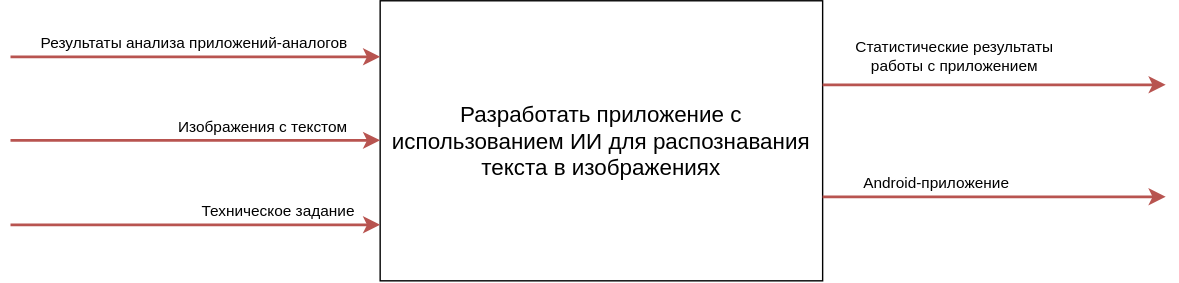
Before: Диаграмма без названия.drawio.svg, a diagram exported from draw.io (pewish/LR2-SARO). Source tidied: cells renumbered, new cells last; positions are measured from the earlier drawing's top-left corner, leaving out a move shared by most shapes.
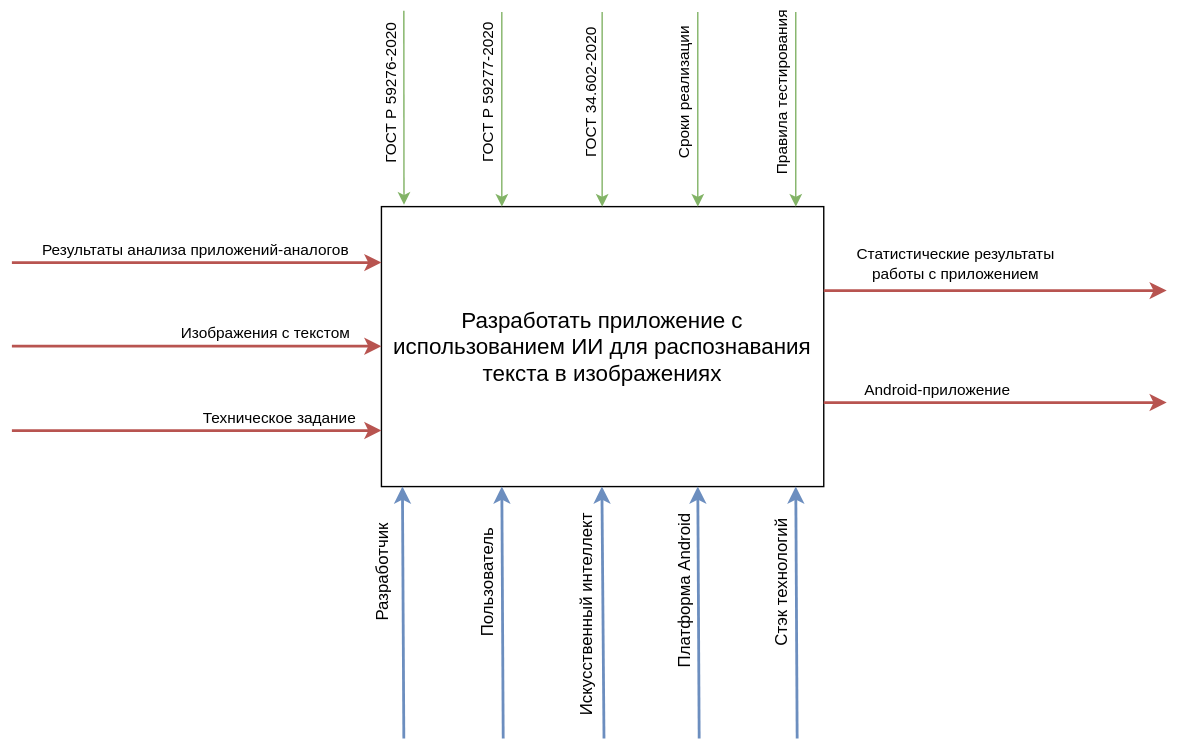
The same file after the commit.

What changed in the source:
```diff
@@ -60,5 +60,102 @@
         <mxPoint x="-90" y="-6" as="offset" />
       </mxGeometry>
     </mxCell>
+    <mxCell id="13" style="endArrow=classic;html=1;rounded=0;fillColor=#dae8fc;strokeColor=#6c8ebf;strokeWidth=2;" parent="1" edge="1">
+      <mxGeometry relative="1" as="geometry">
+        <mxPoint x="280" y="380" as="sourcePoint" />
+        <mxPoint x="279" y="200" as="targetPoint" />
+      </mxGeometry>
+    </mxCell>
+    <mxCell id="14" value="&lt;font style=&quot;font-size: 12px;&quot;&gt;Разработчик&lt;/font&gt;" style="edgeLabel;html=1;align=center;verticalAlign=middle;rotation=270;" parent="13" vertex="1">
+      <mxGeometry x="0.19" y="-1" relative="1" as="geometry">
+        <mxPoint x="-16" y="-11" as="offset" />
+      </mxGeometry>
+    </mxCell>
+    <mxCell id="15" style="endArrow=classic;html=1;rounded=0;fillColor=#dae8fc;strokeColor=#6c8ebf;strokeWidth=2;" parent="1" edge="1">
+      <mxGeometry relative="1" as="geometry">
+        <mxPoint x="351" y="380" as="sourcePoint" />
+        <mxPoint x="350" y="200" as="targetPoint" />
+      </mxGeometry>
+    </mxCell>
+    <mxCell id="16" style="endArrow=classic;html=1;rounded=0;fillColor=#dae8fc;strokeColor=#6c8ebf;strokeWidth=2;" parent="1" edge="1">
+      <mxGeometry relative="1" as="geometry">
+        <mxPoint x="491" y="380" as="sourcePoint" />
+        <mxPoint x="490" y="200" as="targetPoint" />
+      </mxGeometry>
+    </mxCell>
+    <mxCell id="17" style="endArrow=classic;html=1;rounded=0;fillColor=#dae8fc;strokeColor=#6c8ebf;strokeWidth=2;" parent="1" edge="1">
+      <mxGeometry relative="1" as="geometry">
+        <mxPoint x="561" y="380" as="sourcePoint" />
+        <mxPoint x="560" y="200" as="targetPoint" />
+      </mxGeometry>
+    </mxCell>
+    <mxCell id="18" style="endArrow=classic;html=1;rounded=0;fillColor=#dae8fc;strokeColor=#6c8ebf;strokeWidth=2;" parent="1" edge="1">
+      <mxGeometry relative="1" as="geometry">
+        <mxPoint x="423" y="380" as="sourcePoint" />
+        <mxPoint x="421.5" y="200" as="targetPoint" />
+      </mxGeometry>
+    </mxCell>
+    <mxCell id="19" value="&lt;span style=&quot;font-size: 12px;&quot;&gt;Пользователь&lt;/span&gt;" style="edgeLabel;html=1;align=center;verticalAlign=middle;rotation=270;" parent="1" vertex="1">
+      <mxGeometry x="340" y="270" as="geometry" />
+    </mxCell>
+    <mxCell id="20" value="&lt;font style=&quot;font-size: 12px;&quot;&gt;Искусственный интеллект&lt;/font&gt;" style="edgeLabel;html=1;align=center;verticalAlign=middle;rotation=270;" parent="1" vertex="1">
+      <mxGeometry x="400" y="290" as="geometry">
+        <mxPoint x="-3" y="11" as="offset" />
+      </mxGeometry>
+    </mxCell>
+    <mxCell id="21" value="&lt;font style=&quot;font-size: 12px;&quot;&gt;Платформа Android&lt;br&gt;&lt;/font&gt;" style="edgeLabel;html=1;align=center;verticalAlign=middle;rotation=270;" parent="1" vertex="1">
+      <mxGeometry x="480" y="250" as="geometry">
+        <mxPoint x="-26" y="1" as="offset" />
+      </mxGeometry>
+    </mxCell>
+    <mxCell id="22" value="&lt;font style=&quot;font-size: 12px;&quot;&gt;Стэк технологий&lt;/font&gt;" style="edgeLabel;html=1;align=center;verticalAlign=middle;rotation=270;" parent="1" vertex="1">
+      <mxGeometry x="550" y="270" as="geometry" />
+    </mxCell>
+    <mxCell id="23" style="endArrow=classic;html=1;rounded=0;entryX=0.051;entryY=-0.007;entryDx=0;entryDy=0;entryPerimeter=0;fillColor=#d5e8d4;strokeColor=#82b366;" parent="1" edge="1" target="2">
+      <mxGeometry relative="1" as="geometry">
+        <mxPoint x="280" y="-140" as="sourcePoint" />
+      </mxGeometry>
+    </mxCell>
+    <mxCell id="24" value="ГОСТ Р 59276-2020" style="edgeLabel;html=1;align=center;verticalAlign=middle;rotation=270;" parent="23" vertex="1">
+      <mxGeometry x="-0.09" y="-1" relative="1" as="geometry">
+        <mxPoint x="-9" y="-3" as="offset" />
+      </mxGeometry>
+    </mxCell>
+    <mxCell id="25" style="endArrow=classic;html=1;rounded=0;entryX=0.051;entryY=-0.007;entryDx=0;entryDy=0;entryPerimeter=0;fillColor=#d5e8d4;strokeColor=#82b366;" parent="1" edge="1">
+      <mxGeometry relative="1" as="geometry">
+        <mxPoint x="560" y="-139" as="sourcePoint" />
+        <mxPoint x="560" as="targetPoint" />
+      </mxGeometry>
+    </mxCell>
+    <mxCell id="26" style="endArrow=classic;html=1;rounded=0;entryX=0.051;entryY=-0.007;entryDx=0;entryDy=0;entryPerimeter=0;fillColor=#d5e8d4;strokeColor=#82b366;" parent="1" edge="1">
+      <mxGeometry relative="1" as="geometry">
+        <mxPoint x="421.7" y="-139" as="sourcePoint" />
+        <mxPoint x="421.7" as="targetPoint" />
+      </mxGeometry>
+    </mxCell>
+    <mxCell id="27" style="endArrow=classic;html=1;rounded=0;entryX=0.051;entryY=-0.007;entryDx=0;entryDy=0;entryPerimeter=0;fillColor=#d5e8d4;strokeColor=#82b366;" parent="1" edge="1">
+      <mxGeometry relative="1" as="geometry">
+        <mxPoint x="350" y="-139" as="sourcePoint" />
+        <mxPoint x="350" as="targetPoint" />
+      </mxGeometry>
+    </mxCell>
+    <mxCell id="28" style="endArrow=classic;html=1;rounded=0;entryX=0.051;entryY=-0.007;entryDx=0;entryDy=0;entryPerimeter=0;fillColor=#d5e8d4;strokeColor=#82b366;" parent="1" edge="1">
+      <mxGeometry relative="1" as="geometry">
+        <mxPoint x="490" y="-139" as="sourcePoint" />
+        <mxPoint x="490" as="targetPoint" />
+      </mxGeometry>
+    </mxCell>
+    <mxCell id="29" value="ГОСТ Р 59277-2020" style="edgeLabel;html=1;align=center;verticalAlign=middle;rotation=270;" parent="1" vertex="1">
+      <mxGeometry x="340" y="-80" as="geometry" />
+    </mxCell>
+    <mxCell id="30" value="ГОСТ 34.602-2020" style="edgeLabel;html=1;align=center;verticalAlign=middle;rotation=270;" parent="1" vertex="1">
+      <mxGeometry x="414" y="-80" as="geometry" />
+    </mxCell>
+    <mxCell id="31" value="Сроки реализации" style="edgeLabel;html=1;align=center;verticalAlign=middle;rotation=270;" parent="1" vertex="1">
+      <mxGeometry x="480" y="-80" as="geometry" />
+    </mxCell>
+    <mxCell id="32" value="Правила тестирования" style="edgeLabel;html=1;align=center;verticalAlign=middle;rotation=270;" parent="1" vertex="1">
+      <mxGeometry x="550" y="-80" as="geometry" />
+    </mxCell>
   </root>
 </mxGraphModel>
```
